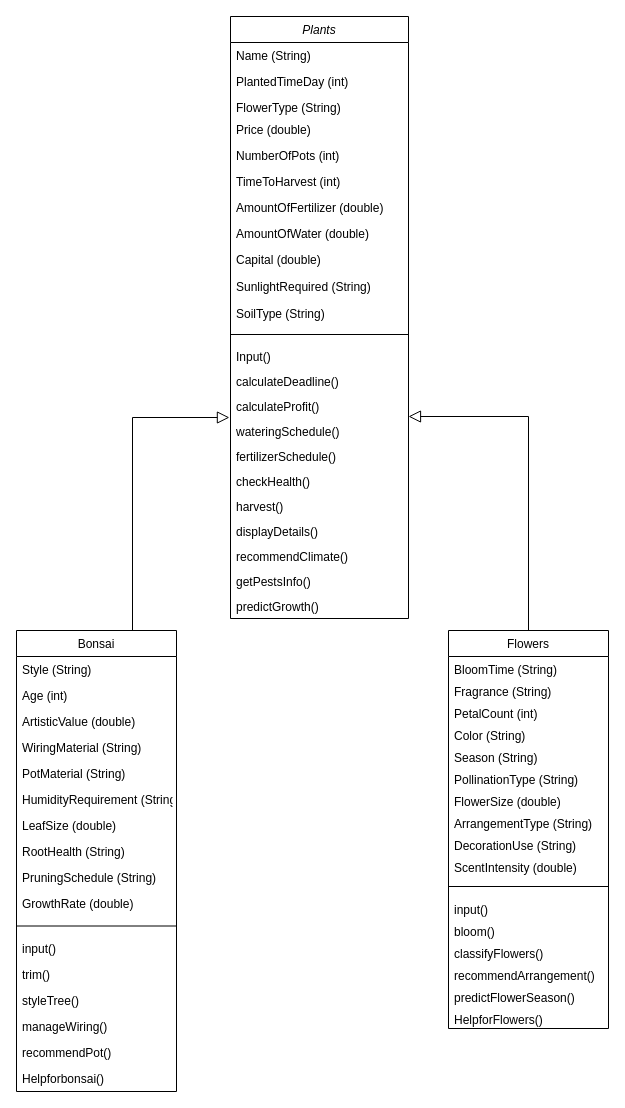
Earlier version of the draw.io diagram Untitled Diagram.drawio (NgoAnhThanThien/thanthien123). Source tidied: cells renumbered, new cells numbered last; positions are measured from the earlier drawing's top-left corner, leaving out a move shared by most shapes. Both pictures are drawn from the tidied source at 100%, with x=0, y=0 at pixel (16, 16).
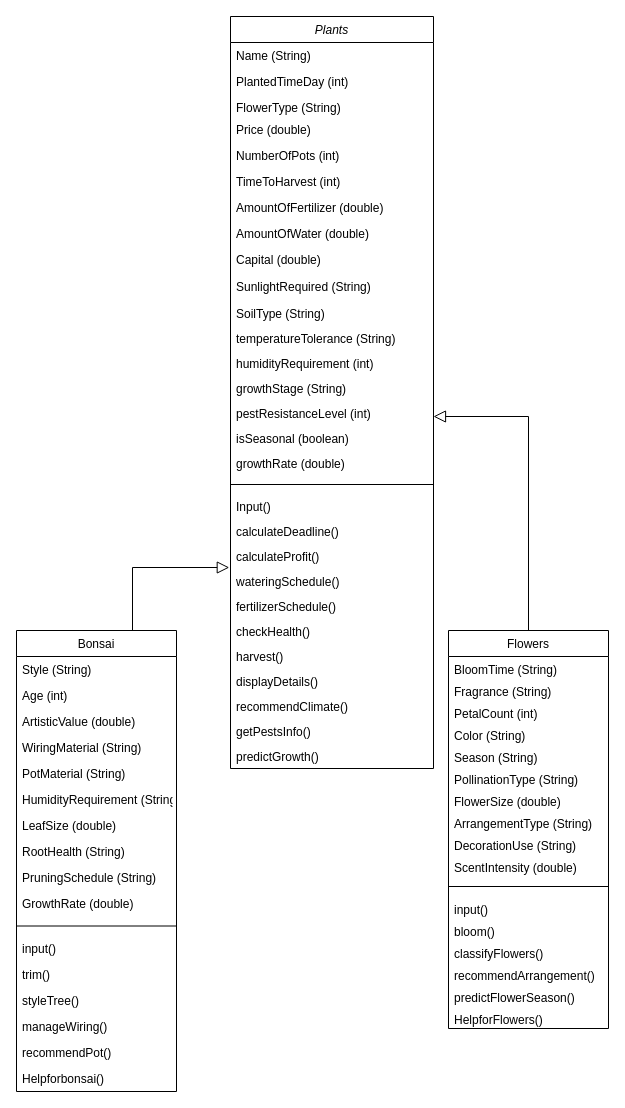
Above is the later version.

The edit, as a diff of the source:
```diff
@@
     <mxCell id="2" value="Plants" style="swimlane;fontStyle=2;align=center;verticalAlign=top;horizontal=1;startSize=26;rounded=0;shadow=0;strokeWidth=1;" parent="1" vertex="1">
-      <mxGeometry x="214" width="178" height="602" as="geometry" />
+      <mxGeometry x="214" width="203" height="752" as="geometry" />
     </mxCell>
     <mxCell id="3" value="Name (String)" style="text;align=left;verticalAlign=top;spacingLeft=4;spacingRight=4;overflow=hidden;" parent="2" vertex="1">
-      <mxGeometry y="26" width="178" height="26" as="geometry" />
+      <mxGeometry y="26" width="203" height="26" as="geometry" />
     </mxCell>
     <mxCell id="4" value="PlantedTimeDay (int)" style="text;align=left;verticalAlign=top;spacingLeft=4;spacingRight=4;overflow=hidden;rounded=0;shadow=0;html=0;" parent="2" vertex="1">
-      <mxGeometry y="52" width="178" height="26" as="geometry" />
+      <mxGeometry y="52" width="203" height="26" as="geometry" />
     </mxCell>
     <mxCell id="5" value="FlowerType (String)" style="text;align=left;verticalAlign=top;spacingLeft=4;spacingRight=4;overflow=hidden;rounded=0;shadow=0;html=0;" parent="2" vertex="1">
-      <mxGeometry y="78" width="178" height="22" as="geometry" />
+      <mxGeometry y="78" width="203" height="22" as="geometry" />
     </mxCell>
     <mxCell id="6" value="Price (double)" style="text;align=left;verticalAlign=top;spacingLeft=4;spacingRight=4;overflow=hidden;" parent="2" vertex="1">
-      <mxGeometry y="100" width="178" height="26" as="geometry" />
+      <mxGeometry y="100" width="203" height="26" as="geometry" />
     </mxCell>
     <mxCell id="7" value="NumberOfPots (int)" style="text;align=left;verticalAlign=top;spacingLeft=4;spacingRight=4;overflow=hidden;" parent="2" vertex="1">
-      <mxGeometry y="126" width="178" height="26" as="geometry" />
+      <mxGeometry y="126" width="203" height="26" as="geometry" />
     </mxCell>
     <mxCell id="8" value="TimeToHarvest (int)" style="text;align=left;verticalAlign=top;spacingLeft=4;spacingRight=4;overflow=hidden;" parent="2" vertex="1">
-      <mxGeometry y="152" width="178" height="26" as="geometry" />
+      <mxGeometry y="152" width="203" height="26" as="geometry" />
     </mxCell>
     <mxCell id="9" value="AmountOfFertilizer (double)" style="text;align=left;verticalAlign=top;spacingLeft=4;spacingRight=4;overflow=hidden;" parent="2" vertex="1">
-      <mxGeometry y="178" width="178" height="26" as="geometry" />
+      <mxGeometry y="178" width="203" height="26" as="geometry" />
     </mxCell>
     <mxCell id="10" value="AmountOfWater (double)" style="text;align=left;verticalAlign=top;spacingLeft=4;spacingRight=4;overflow=hidden;" parent="2" vertex="1">
-      <mxGeometry y="204" width="178" height="26" as="geometry" />
+      <mxGeometry y="204" width="203" height="26" as="geometry" />
     </mxCell>
     <mxCell id="11" value="Capital (double)" style="text;align=left;verticalAlign=top;spacingLeft=4;spacingRight=4;overflow=hidden;" parent="2" vertex="1">
-      <mxGeometry y="230" width="178" height="27" as="geometry" />
+      <mxGeometry y="230" width="203" height="27" as="geometry" />
     </mxCell>
     <mxCell id="12" value="SunlightRequired (String)" style="text;align=left;verticalAlign=top;spacingLeft=4;spacingRight=4;overflow=hidden;" parent="2" vertex="1">
-      <mxGeometry y="257" width="178" height="27" as="geometry" />
+      <mxGeometry y="257" width="203" height="27" as="geometry" />
     </mxCell>
     <mxCell id="13" value="SoilType (String)" style="text;align=left;verticalAlign=top;spacingLeft=4;spacingRight=4;overflow=hidden;" parent="2" vertex="1">
-      <mxGeometry y="284" width="178" height="25" as="geometry" />
+      <mxGeometry y="284" width="203" height="25" as="geometry" />
     </mxCell>
+    <mxCell id="64" value="temperatureTolerance (String)" style="text;align=left;verticalAlign=top;spacingLeft=4;spacingRight=4;overflow=hidden;" parent="2" vertex="1">
+      <mxGeometry y="309" width="203" height="25" as="geometry" />
+    </mxCell>
+    <mxCell id="65" value="humidityRequirement (int)" style="text;align=left;verticalAlign=top;spacingLeft=4;spacingRight=4;overflow=hidden;" parent="2" vertex="1">
+      <mxGeometry y="334" width="203" height="25" as="geometry" />
+    </mxCell>
+    <mxCell id="66" value="growthStage (String)" style="text;align=left;verticalAlign=top;spacingLeft=4;spacingRight=4;overflow=hidden;" parent="2" vertex="1">
+      <mxGeometry y="359" width="203" height="25" as="geometry" />
+    </mxCell>
+    <mxCell id="67" value="pestResistanceLevel (int)" style="text;align=left;verticalAlign=top;spacingLeft=4;spacingRight=4;overflow=hidden;" parent="2" vertex="1">
+      <mxGeometry y="384" width="203" height="25" as="geometry" />
+    </mxCell>
+    <mxCell id="68" value="isSeasonal (boolean)" style="text;align=left;verticalAlign=top;spacingLeft=4;spacingRight=4;overflow=hidden;" parent="2" vertex="1">
+      <mxGeometry y="409" width="203" height="25" as="geometry" />
+    </mxCell>
+    <mxCell id="69" value="growthRate (double)" style="text;align=left;verticalAlign=top;spacingLeft=4;spacingRight=4;overflow=hidden;" parent="2" vertex="1">
+      <mxGeometry y="434" width="203" height="25" as="geometry" />
+    </mxCell>
     <mxCell id="14" style="line;html=1;strokeWidth=1;align=left;verticalAlign=middle;spacingTop=-1;spacingLeft=3;spacingRight=3;labelPosition=right;" parent="2" vertex="1">
-      <mxGeometry y="309" width="178" height="18" as="geometry" />
+      <mxGeometry y="459" width="203" height="18" as="geometry" />
     </mxCell>
     <mxCell id="15" value="Input()" style="text;align=left;verticalAlign=top;spacingLeft=4;spacingRight=4;overflow=hidden;" parent="2" vertex="1">
-      <mxGeometry y="327" width="178" height="25" as="geometry" />
+      <mxGeometry y="477" width="203" height="25" as="geometry" />
     </mxCell>
     <mxCell id="16" value="calculateDeadline()" style="text;align=left;verticalAlign=top;spacingLeft=4;spacingRight=4;overflow=hidden;" parent="2" vertex="1">
-      <mxGeometry y="352" width="178" height="25" as="geometry" />
+      <mxGeometry y="502" width="203" height="25" as="geometry" />
     </mxCell>
     <mxCell id="17" value="calculateProfit()" style="text;align=left;verticalAlign=top;spacingLeft=4;spacingRight=4;overflow=hidden;" parent="2" vertex="1">
-      <mxGeometry y="377" width="178" height="25" as="geometry" />
+      <mxGeometry y="527" width="203" height="25" as="geometry" />
     </mxCell>
     <mxCell id="18" value="wateringSchedule()" style="text;align=left;verticalAlign=top;spacingLeft=4;spacingRight=4;overflow=hidden;points=[[0,0.5],[1,0.5]];portConstraint=eastwest;" parent="2" vertex="1">
-      <mxGeometry y="402" width="178" height="25" as="geometry" />
+      <mxGeometry y="552" width="203" height="25" as="geometry" />
     </mxCell>
     <mxCell id="19" value="fertilizerSchedule()" style="text;align=left;verticalAlign=top;spacingLeft=4;spacingRight=4;overflow=hidden;" parent="2" vertex="1">
-      <mxGeometry y="427" width="178" height="25" as="geometry" />
+      <mxGeometry y="577" width="203" height="25" as="geometry" />
     </mxCell>
     <mxCell id="20" value="checkHealth()" style="text;align=left;verticalAlign=top;spacingLeft=4;spacingRight=4;overflow=hidden;" parent="2" vertex="1">
-      <mxGeometry y="452" width="178" height="25" as="geometry" />
+      <mxGeometry y="602" width="203" height="25" as="geometry" />
     </mxCell>
     <mxCell id="21" value="harvest()" style="text;align=left;verticalAlign=top;spacingLeft=4;spacingRight=4;overflow=hidden;" parent="2" vertex="1">
-      <mxGeometry y="477" width="178" height="25" as="geometry" />
+      <mxGeometry y="627" width="203" height="25" as="geometry" />
     </mxCell>
     <mxCell id="22" value="displayDetails()" style="text;align=left;verticalAlign=top;spacingLeft=4;spacingRight=4;overflow=hidden;" parent="2" vertex="1">
-      <mxGeometry y="502" width="178" height="25" as="geometry" />
+      <mxGeometry y="652" width="203" height="25" as="geometry" />
     </mxCell>
     <mxCell id="23" value="recommendClimate()" style="text;align=left;verticalAlign=top;spacingLeft=4;spacingRight=4;overflow=hidden;" parent="2" vertex="1">
-      <mxGeometry y="527" width="178" height="25" as="geometry" />
+      <mxGeometry y="677" width="203" height="25" as="geometry" />
     </mxCell>
     <mxCell id="24" value="getPestsInfo()" style="text;align=left;verticalAlign=top;spacingLeft=4;spacingRight=4;overflow=hidden;" parent="2" vertex="1">
-      <mxGeometry y="552" width="178" height="25" as="geometry" />
+      <mxGeometry y="702" width="203" height="25" as="geometry" />
     </mxCell>
     <mxCell id="25" value="predictGrowth()" style="text;align=left;verticalAlign=top;spacingLeft=4;spacingRight=4;overflow=hidden;" parent="2" vertex="1">
-      <mxGeometry y="577" width="178" height="25" as="geometry" />
+      <mxGeometry y="727" width="203" height="25" as="geometry" />
     </mxCell>
```
